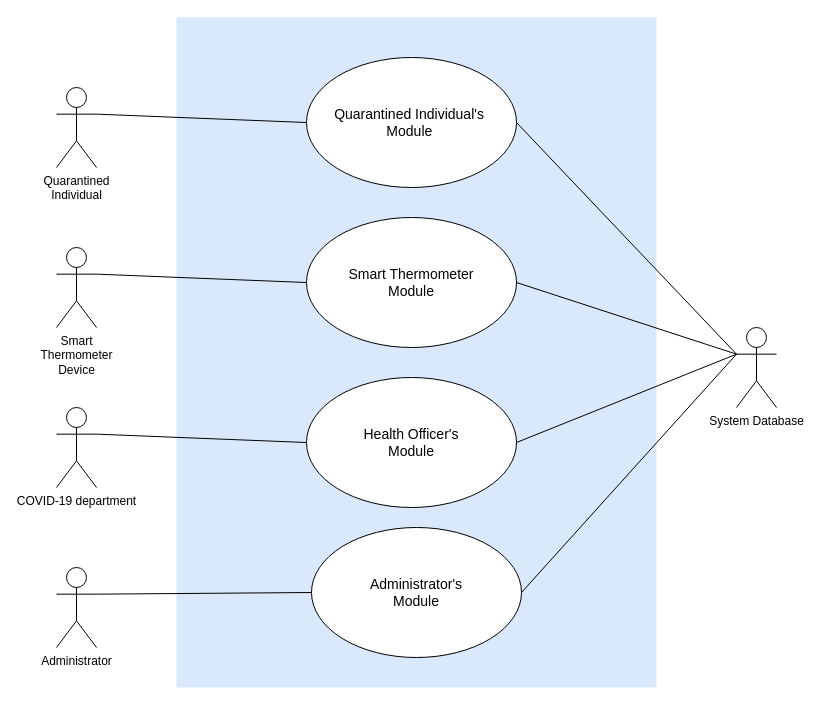
frostyseb/ITDP keeps this draw.io diagram as page "General Use Case" (1 of 3) of UseCase.drawio. Above is the earlier version. Source tidied: cells renumbered, new cells numbered last; positions are measured from the earlier drawing's top-left corner, leaving out a move shared by most shapes. Both pictures are drawn from the tidied source at 100%, with x=0, y=0 at pixel (56, 17).
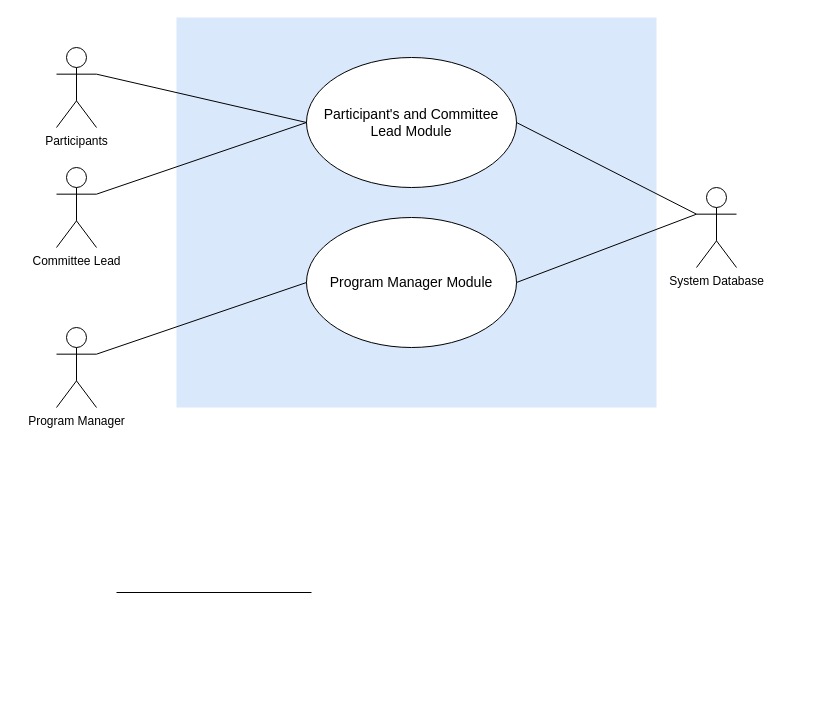
Above is the later version.

Change to the diagram source:
```diff
@@
     <mxCell id="2" style="rounded=0;whiteSpace=wrap;html=1;fillColor=#dae8fc;strokeColor=none;" parent="1" vertex="1">
-      <mxGeometry x="120" width="480" height="670" as="geometry" />
+      <mxGeometry x="120" width="480" height="390" as="geometry" />
     </mxCell>
-    <mxCell id="3" value="&lt;font style=&quot;font-size: 14px&quot;&gt;Health Officer's &lt;br&gt;Module&lt;br&gt;&lt;/font&gt;" style="ellipse;whiteSpace=wrap;html=1;" parent="1" vertex="1">
-      <mxGeometry x="250" y="360" width="210" height="130" as="geometry" />
-    </mxCell>
-    <mxCell id="4" value="&lt;font style=&quot;font-size: 14px&quot;&gt;Quarantined Individual's&amp;nbsp;&lt;br&gt;Module&lt;/font&gt;&lt;span&gt;&amp;nbsp;&lt;/span&gt;" style="ellipse;whiteSpace=wrap;html=1;" parent="1" vertex="1">
+    <mxCell id="4" value="&lt;span style=&quot;font-size: 14px&quot;&gt;Participant's and Committee Lead Module&lt;/span&gt;" style="ellipse;whiteSpace=wrap;html=1;" parent="1" vertex="1">
       <mxGeometry x="250" y="40" width="210" height="130" as="geometry" />
     </mxCell>
-    <mxCell id="5" value="&lt;span style=&quot;font-size: 14px&quot;&gt;Smart Thermometer&lt;br&gt;&lt;/span&gt;&lt;font style=&quot;font-size: 14px&quot;&gt;Module&lt;/font&gt;" style="ellipse;whiteSpace=wrap;html=1;" parent="1" vertex="1">
+    <mxCell id="5" value="&lt;span style=&quot;font-size: 14px&quot;&gt;Program Manager Module&lt;/span&gt;" style="ellipse;whiteSpace=wrap;html=1;" parent="1" vertex="1">
       <mxGeometry x="250" y="200" width="210" height="130" as="geometry" />
     </mxCell>
-    <mxCell id="6" value="&lt;font style=&quot;font-size: 14px&quot;&gt;Administrator's&lt;br&gt;&amp;nbsp;Module&amp;nbsp;&lt;/font&gt;" style="ellipse;whiteSpace=wrap;html=1;" parent="1" vertex="1">
-      <mxGeometry x="255" y="510" width="210" height="130" as="geometry" />
-    </mxCell>
-    <mxCell id="7" value="Quarantined &lt;br&gt;Individual" style="shape=umlActor;verticalLabelPosition=bottom;labelBackgroundColor=#ffffff;verticalAlign=top;html=1;" parent="1" vertex="1">
-      <mxGeometry y="70" width="40" height="80" as="geometry" />
+    <mxCell id="7" value="Participants" style="shape=umlActor;verticalLabelPosition=bottom;labelBackgroundColor=#ffffff;verticalAlign=top;html=1;" parent="1" vertex="1">
+      <mxGeometry y="30" width="40" height="80" as="geometry" />
     </mxCell>
-    <mxCell id="8" value="Smart &lt;br&gt;Thermometer &lt;br&gt;Device" style="shape=umlActor;verticalLabelPosition=bottom;labelBackgroundColor=#ffffff;verticalAlign=top;html=1;" parent="1" vertex="1">
-      <mxGeometry y="230" width="40" height="80" as="geometry" />
+    <mxCell id="8" value="Committee Lead" style="shape=umlActor;verticalLabelPosition=bottom;labelBackgroundColor=#ffffff;verticalAlign=top;html=1;" parent="1" vertex="1">
+      <mxGeometry y="150" width="40" height="80" as="geometry" />
     </mxCell>
-    <mxCell id="9" value="COVID-19 department &lt;br&gt;" style="shape=umlActor;verticalLabelPosition=bottom;labelBackgroundColor=#ffffff;verticalAlign=top;html=1;" parent="1" vertex="1">
-      <mxGeometry y="390" width="40" height="80" as="geometry" />
+    <mxCell id="9" value="Program Manager" style="shape=umlActor;verticalLabelPosition=bottom;labelBackgroundColor=#ffffff;verticalAlign=top;html=1;" parent="1" vertex="1">
+      <mxGeometry y="310" width="40" height="80" as="geometry" />
     </mxCell>
@@
-    <mxCell id="11" style="endArrow=none;html=1;entryX=0;entryY=0.5;entryDx=0;entryDy=0;exitX=1;exitY=0.3333333333333333;exitDx=0;exitDy=0;exitPerimeter=0;" parent="1" edge="1" source="8" target="5">
+    <mxCell id="11" style="endArrow=none;html=1;entryX=0;entryY=0.5;entryDx=0;entryDy=0;exitX=1;exitY=0.3333333333333333;exitDx=0;exitDy=0;exitPerimeter=0;" parent="1" edge="1" source="8" target="4">
       <mxGeometry relative="1" as="geometry" />
     </mxCell>
-    <mxCell id="12" style="endArrow=none;html=1;entryX=0;entryY=0.5;entryDx=0;entryDy=0;exitX=1;exitY=0.3333333333333333;exitDx=0;exitDy=0;exitPerimeter=0;" parent="1" edge="1" source="20" target="6">
-      <mxGeometry relative="1" as="geometry" />
+    <mxCell id="12" style="endArrow=none;html=1;entryX=0;entryY=0.5;entryDx=0;entryDy=0;exitX=1;exitY=0.3333333333333333;exitDx=0;exitDy=0;exitPerimeter=0;" parent="1" edge="1">
+      <mxGeometry relative="1" as="geometry">
+        <mxPoint x="60" y="575" as="sourcePoint" />
+        <mxPoint x="255" y="575" as="targetPoint" />
+      </mxGeometry>
     </mxCell>
     <mxCell id="13" value="System Database" style="shape=umlActor;verticalLabelPosition=bottom;labelBackgroundColor=#ffffff;verticalAlign=top;html=1;" parent="1" vertex="1">
-      <mxGeometry x="680" y="310" width="40" height="80" as="geometry" />
+      <mxGeometry x="640" y="170" width="40" height="80" as="geometry" />
     </mxCell>
-    <mxCell id="14" style="endArrow=none;html=1;exitX=1;exitY=0.5;exitDx=0;exitDy=0;entryX=0;entryY=0.3333333333333333;entryDx=0;entryDy=0;entryPerimeter=0;" parent="1" edge="1" source="3" target="13">
-      <mxGeometry relative="1" as="geometry" />
-    </mxCell>
@@
-    <mxCell id="17" style="endArrow=none;html=1;exitX=1;exitY=0.5;exitDx=0;exitDy=0;entryX=0;entryY=0.3333333333333333;entryDx=0;entryDy=0;entryPerimeter=0;" parent="1" edge="1" source="6" target="13">
-      <mxGeometry relative="1" as="geometry" />
-    </mxCell>
-    <mxCell id="18" style="endArrow=none;html=1;entryX=0;entryY=0.5;entryDx=0;entryDy=0;exitX=1;exitY=0.3333333333333333;exitDx=0;exitDy=0;exitPerimeter=0;" parent="1" edge="1" source="9" target="3">
+    <mxCell id="18" style="endArrow=none;html=1;entryX=0;entryY=0.5;entryDx=0;entryDy=0;exitX=1;exitY=0.3333333333333333;exitDx=0;exitDy=0;exitPerimeter=0;" parent="1" edge="1" source="9" target="5">
       <mxGeometry relative="1" as="geometry" />
     </mxCell>
@@
-    <mxCell id="20" value="Administrator" style="shape=umlActor;verticalLabelPosition=bottom;labelBackgroundColor=#ffffff;verticalAlign=top;html=1;" parent="1" vertex="1">
-      <mxGeometry y="550" width="40" height="80" as="geometry" />
-    </mxCell>
```
